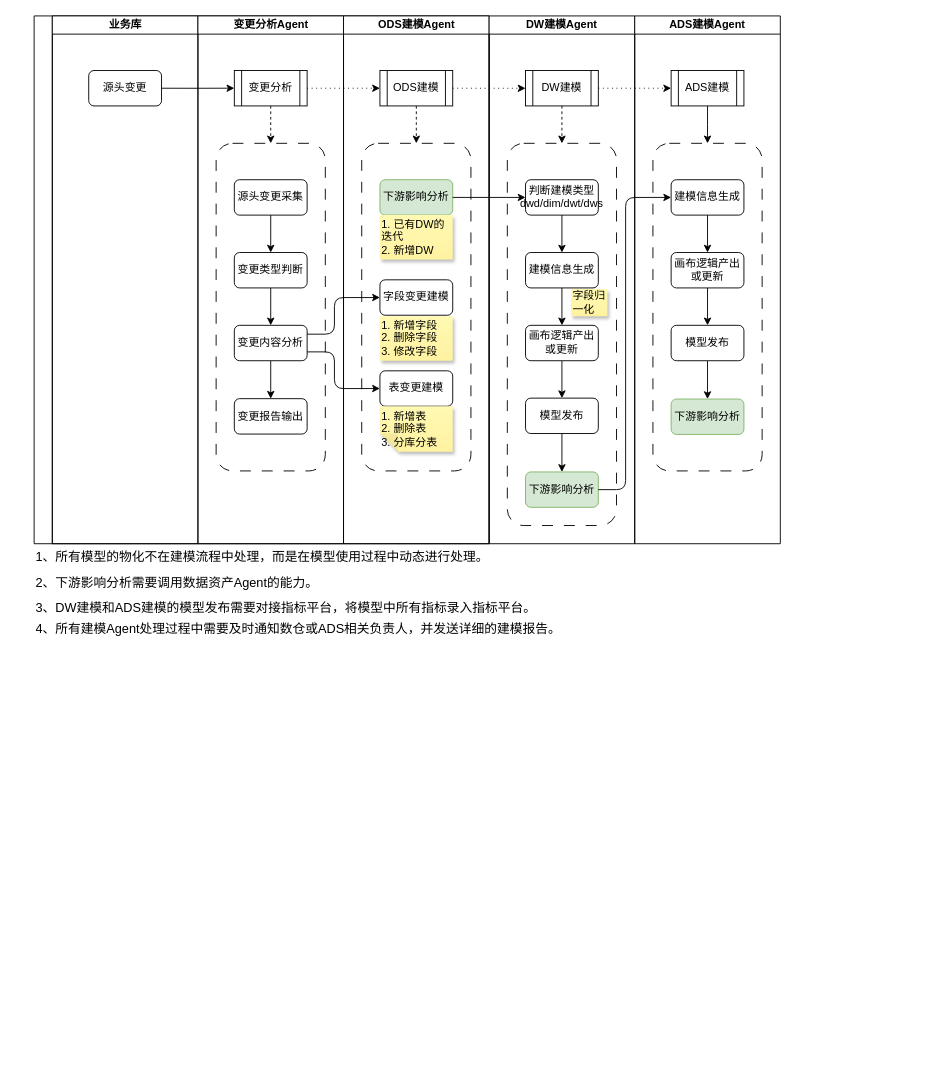
Above: page "优化流程" (2 of 3) of biz_flow/智能建模业务流程图.drawio in hlld3344/diagrams (draw.io), before the change. Source tidied: cells renumbered, new cells numbered last; positions are measured from the earlier drawing's top-left corner, leaving out a move shared by most shapes. Both pictures are drawn from the tidied source at 91%, with x=0, y=0 at pixel (34, 15).
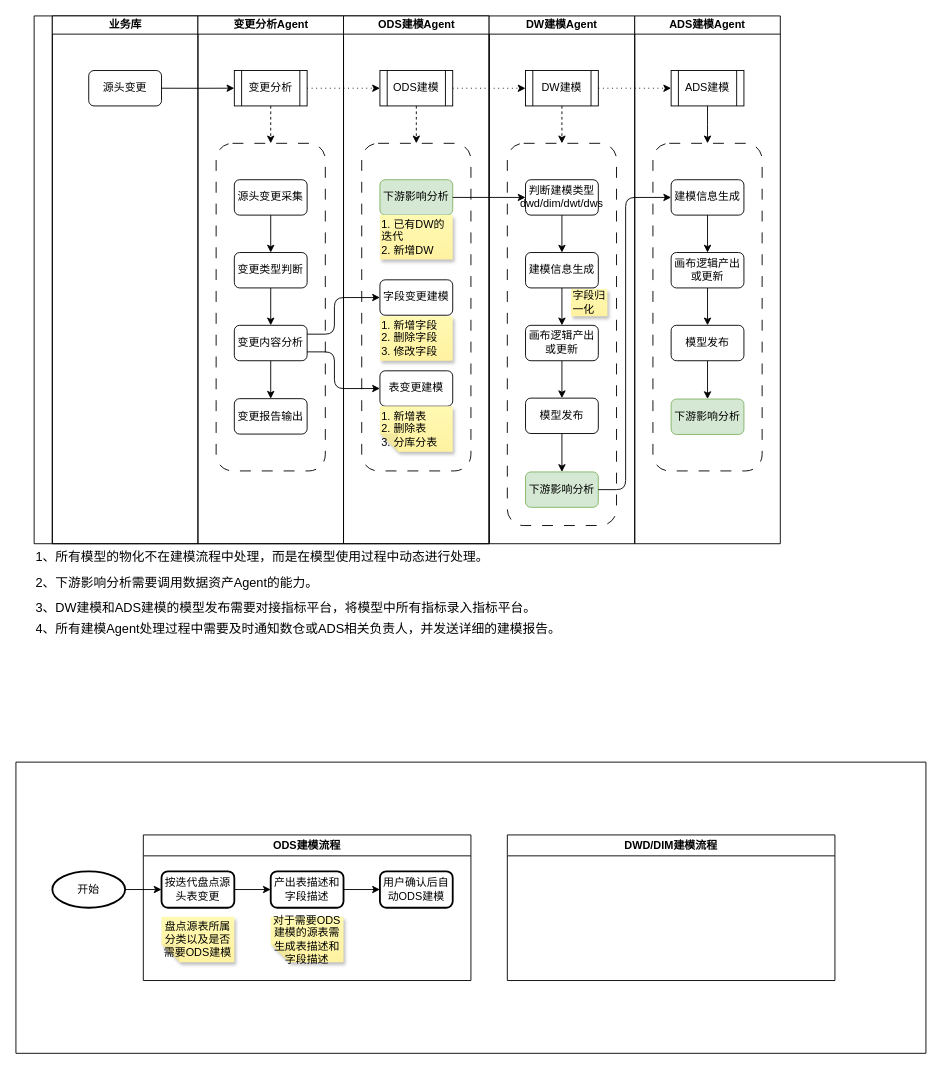
The same diagram, later.

Commit message:
更新智能建模业务流程图.drawio

What changed in the source:
```diff
@@
+    <mxCell id="62" style="swimlane;startSize=0;" parent="1" vertex="1">
+      <mxGeometry x="-20" y="820" width="1000" height="320" as="geometry" />
+    </mxCell>
+    <mxCell id="63" style="edgeStyle=orthogonalEdgeStyle;rounded=0;jettySize=auto;html=1;exitX=1;exitY=0.5;exitDx=0;exitDy=0;exitPerimeter=0;entryX=0;entryY=0.5;entryDx=0;entryDy=0;" parent="62" edge="1" source="64" target="66">
+      <mxGeometry relative="1" as="geometry" />
+    </mxCell>
+    <mxCell id="64" value="开始" style="strokeWidth=2;html=1;shape=mxgraph.flowchart.start_1;whiteSpace=wrap;" parent="62" vertex="1">
+      <mxGeometry x="40" y="120" width="80" height="40" as="geometry" />
+    </mxCell>
+    <mxCell id="65" style="edgeStyle=orthogonalEdgeStyle;rounded=0;jettySize=auto;html=1;exitX=1;exitY=0.5;exitDx=0;exitDy=0;entryX=0;entryY=0.5;entryDx=0;entryDy=0;" parent="62" edge="1" source="66" target="68">
+      <mxGeometry relative="1" as="geometry" />
+    </mxCell>
+    <mxCell id="66" value="按迭代盘点源头表变更" style="rounded=1;whiteSpace=wrap;html=1;absoluteArcSize=1;arcSize=14;strokeWidth=2;" parent="62" vertex="1">
+      <mxGeometry x="160" y="120" width="80" height="40" as="geometry" />
+    </mxCell>
+    <mxCell id="67" style="edgeStyle=orthogonalEdgeStyle;rounded=0;jettySize=auto;html=1;exitX=1;exitY=0.5;exitDx=0;exitDy=0;entryX=0;entryY=0.5;entryDx=0;entryDy=0;" parent="62" edge="1" source="68" target="71">
+      <mxGeometry relative="1" as="geometry" />
+    </mxCell>
+    <mxCell id="68" value="产出表描述和字段描述" style="rounded=1;whiteSpace=wrap;html=1;absoluteArcSize=1;arcSize=14;strokeWidth=2;" parent="62" vertex="1">
+      <mxGeometry x="280" y="120" width="80" height="40" as="geometry" />
+    </mxCell>
+    <mxCell id="69" value="盘点源表所属分类以及是否需要ODS建模" style="shape=note;whiteSpace=wrap;html=1;backgroundOutline=1;fontColor=#000000;darkOpacity=0.05;fillColor=#FFF9B2;strokeColor=none;fillStyle=solid;direction=west;gradientDirection=north;gradientColor=#FFF2A1;shadow=1;size=20;" parent="62" vertex="1">
+      <mxGeometry x="160" y="170" width="80" height="50" as="geometry" />
+    </mxCell>
+    <mxCell id="70" value="对于需要ODS建模的源表需生成表描述和字段描述" style="shape=note;whiteSpace=wrap;html=1;backgroundOutline=1;fontColor=#000000;darkOpacity=0.05;fillColor=#FFF9B2;strokeColor=none;fillStyle=solid;direction=west;gradientDirection=north;gradientColor=#FFF2A1;shadow=1;size=20;" parent="62" vertex="1">
+      <mxGeometry x="280" y="170" width="80" height="50" as="geometry" />
+    </mxCell>
+    <mxCell id="71" value="用户确认后自动ODS建模" style="rounded=1;whiteSpace=wrap;html=1;absoluteArcSize=1;arcSize=14;strokeWidth=2;" parent="62" vertex="1">
+      <mxGeometry x="400" y="120" width="80" height="40" as="geometry" />
+    </mxCell>
+    <mxCell id="72" value="ODS建模流程" style="swimlane;whiteSpace=wrap;html=1;" parent="62" vertex="1">
+      <mxGeometry x="140" y="80" width="360" height="160" as="geometry" />
+    </mxCell>
+    <mxCell id="73" value="DWD/DIM建模流程" style="swimlane;whiteSpace=wrap;html=1;" parent="62" vertex="1">
+      <mxGeometry x="540" y="80" width="360" height="160" as="geometry" />
+    </mxCell>
```
